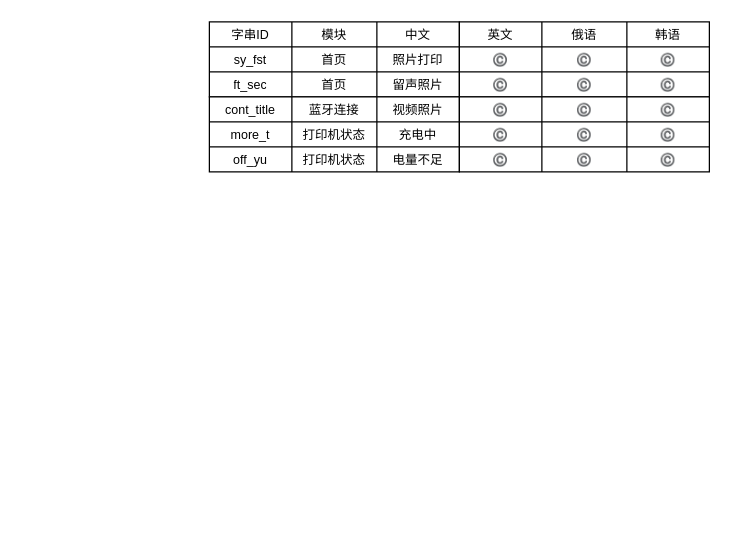
Above: Untitled Diagram.drawio in M3Darren/Draw.io (draw.io), before the change. Source tidied: cells renumbered, new cells numbered last; positions are measured from the earlier drawing's top-left corner, leaving out a move shared by most shapes. Both pictures are drawn from the tidied source at 125%, with x=0, y=0 at pixel (209, 21).
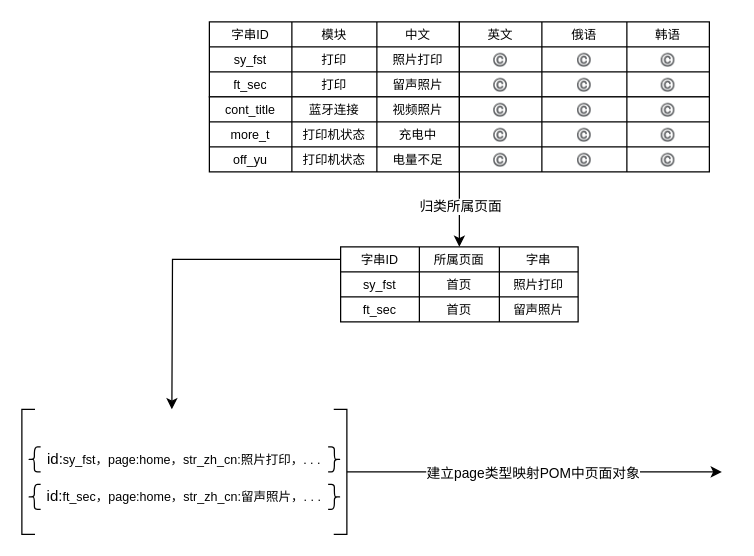
Above is the later version.

Unchanged cells that the change refers to:
```xml
<mxCell id="9" style="shape=tableRow;horizontal=0;startSize=0;swimlaneHead=0;swimlaneBody=0;strokeColor=inherit;top=0;left=0;bottom=0;right=0;fillColor=none;fontSize=16;" parent="4" vertex="1">
  <mxGeometry y="20" width="200" height="20" as="geometry" />
</mxCell>
<mxCell id="13" style="shape=tableRow;horizontal=0;startSize=0;swimlaneHead=0;swimlaneBody=0;strokeColor=inherit;top=0;left=0;bottom=0;right=0;fillColor=none;fontSize=16;" parent="4" vertex="1">
  <mxGeometry y="40" width="200" height="20" as="geometry" />
</mxCell>
<mxCell id="40" style="shape=tableRow;horizontal=0;startSize=0;swimlaneHead=0;swimlaneBody=0;strokeColor=inherit;top=0;left=0;bottom=0;right=0;fillColor=none;points=[[0,0.5],[1,0.5]];portConstraint=eastwest;fontSize=16;" parent="31" vertex="1">
  <mxGeometry y="40" width="200" height="20" as="geometry" />
</mxCell>
```

Diff of the diagram source:
```diff
@@
-    <mxCell id="11" value="首页" style="shape=partialRectangle;html=1;whiteSpace=wrap;strokeColor=inherit;overflow=hidden;fillColor=none;top=0;left=0;bottom=0;right=0;fontSize=10;" parent="9" vertex="1">
+    <mxCell id="11" value="打印" style="shape=partialRectangle;html=1;whiteSpace=wrap;strokeColor=inherit;overflow=hidden;fillColor=none;top=0;left=0;bottom=0;right=0;fontSize=10;" parent="9" vertex="1">
       <mxGeometry x="66" width="68" height="20" as="geometry" />
     </mxCell>
@@
-    <mxCell id="15" value="首页" style="shape=partialRectangle;html=1;whiteSpace=wrap;strokeColor=inherit;overflow=hidden;fillColor=none;top=0;left=0;bottom=0;right=0;fontSize=10;" parent="13" vertex="1">
+    <mxCell id="15" value="打印" style="shape=partialRectangle;html=1;whiteSpace=wrap;strokeColor=inherit;overflow=hidden;fillColor=none;top=0;left=0;bottom=0;right=0;fontSize=10;" parent="13" vertex="1">
       <mxGeometry x="66" width="68" height="20" as="geometry" />
     </mxCell>
@@
+    <mxCell id="57" style="shape=table;startSize=0;childLayout=tableLayout;fontSize=16;" parent="1" vertex="1">
+      <mxGeometry x="105" y="180" width="190" height="60" as="geometry" />
+    </mxCell>
+    <mxCell id="58" style="shape=tableRow;horizontal=0;startSize=0;swimlaneHead=0;swimlaneBody=0;strokeColor=inherit;top=0;left=0;bottom=0;right=0;fillColor=none;points=[[0,0.5],[1,0.5]];portConstraint=eastwest;fontSize=16;" parent="57" vertex="1">
+      <mxGeometry width="190" height="20" as="geometry" />
+    </mxCell>
+    <mxCell id="59" value="字串ID" style="shape=partialRectangle;html=1;whiteSpace=wrap;strokeColor=inherit;overflow=hidden;fillColor=none;top=0;left=0;bottom=0;right=0;fontSize=10;" parent="58" vertex="1">
+      <mxGeometry width="63" height="20" as="geometry" />
+    </mxCell>
+    <mxCell id="60" value="所属页面" style="shape=partialRectangle;html=1;whiteSpace=wrap;strokeColor=inherit;overflow=hidden;fillColor=none;top=0;left=0;bottom=0;right=0;fontSize=10;" parent="58" vertex="1">
+      <mxGeometry x="63" width="64" height="20" as="geometry" />
+    </mxCell>
+    <mxCell id="61" value="字串" style="shape=partialRectangle;html=1;whiteSpace=wrap;strokeColor=inherit;overflow=hidden;fillColor=none;top=0;left=0;bottom=0;right=0;fontSize=10;" parent="58" vertex="1">
+      <mxGeometry x="127" width="63" height="20" as="geometry" />
+    </mxCell>
+    <mxCell id="62" style="shape=tableRow;horizontal=0;startSize=0;swimlaneHead=0;swimlaneBody=0;strokeColor=inherit;top=0;left=0;bottom=0;right=0;fillColor=none;fontSize=16;" parent="57" vertex="1">
+      <mxGeometry y="20" width="190" height="20" as="geometry" />
+    </mxCell>
+    <mxCell id="63" value="&lt;span&gt;sy_fst&lt;/span&gt;" style="shape=partialRectangle;html=1;whiteSpace=wrap;strokeColor=inherit;overflow=hidden;fillColor=none;top=0;left=0;bottom=0;right=0;fontSize=10;" parent="62" vertex="1">
+      <mxGeometry width="63" height="20" as="geometry" />
+    </mxCell>
+    <mxCell id="64" value="首页" style="shape=partialRectangle;html=1;whiteSpace=wrap;strokeColor=inherit;overflow=hidden;fillColor=none;top=0;left=0;bottom=0;right=0;fontSize=10;" parent="62" vertex="1">
+      <mxGeometry x="63" width="64" height="20" as="geometry" />
+    </mxCell>
+    <mxCell id="65" value="照片打印" style="shape=partialRectangle;html=1;whiteSpace=wrap;strokeColor=inherit;overflow=hidden;fillColor=none;top=0;left=0;bottom=0;right=0;fontSize=10;" parent="62" vertex="1">
+      <mxGeometry x="127" width="63" height="20" as="geometry" />
+    </mxCell>
+    <mxCell id="66" style="shape=tableRow;horizontal=0;startSize=0;swimlaneHead=0;swimlaneBody=0;strokeColor=inherit;top=0;left=0;bottom=0;right=0;fillColor=none;fontSize=16;" parent="57" vertex="1">
+      <mxGeometry y="40" width="190" height="20" as="geometry" />
+    </mxCell>
+    <mxCell id="67" value="&lt;span&gt;ft_sec&lt;/span&gt;" style="shape=partialRectangle;html=1;whiteSpace=wrap;strokeColor=inherit;overflow=hidden;fillColor=none;top=0;left=0;bottom=0;right=0;fontSize=10;" parent="66" vertex="1">
+      <mxGeometry width="63" height="20" as="geometry" />
+    </mxCell>
+    <mxCell id="68" value="首页" style="shape=partialRectangle;html=1;whiteSpace=wrap;strokeColor=inherit;overflow=hidden;fillColor=none;top=0;left=0;bottom=0;right=0;fontSize=10;" parent="66" vertex="1">
+      <mxGeometry x="63" width="64" height="20" as="geometry" />
+    </mxCell>
+    <mxCell id="69" value="留声照片" style="shape=partialRectangle;html=1;whiteSpace=wrap;strokeColor=inherit;overflow=hidden;fillColor=none;top=0;left=0;bottom=0;right=0;fontSize=10;" parent="66" vertex="1">
+      <mxGeometry x="127" width="63" height="20" as="geometry" />
+    </mxCell>
+    <mxCell id="70" style="edgeStyle=orthogonalEdgeStyle;rounded=0;jettySize=auto;html=1;entryX=0.5;entryY=0;entryDx=0;entryDy=0;entryPerimeter=0;" parent="1" edge="1" source="40" target="58">
+      <mxGeometry relative="1" as="geometry">
+        <Array as="points">
+          <mxPoint x="200" y="130" />
+          <mxPoint x="200" y="130" />
+        </Array>
+      </mxGeometry>
+    </mxCell>
+    <mxCell id="71" value="归类所属页面" style="edgeLabel;html=1;align=center;verticalAlign=middle;" parent="70" vertex="1">
+      <mxGeometry x="0.48" relative="1" as="geometry">
+        <mxPoint y="-17" as="offset" />
+      </mxGeometry>
+    </mxCell>
+    <mxCell id="72" style="edgeStyle=orthogonalEdgeStyle;rounded=0;jettySize=auto;html=1;exitX=0;exitY=0.5;exitDx=0;exitDy=0;" parent="1" edge="1" source="58">
+      <mxGeometry relative="1" as="geometry">
+        <mxPoint x="-30" y="310" as="targetPoint" />
+      </mxGeometry>
+    </mxCell>
+    <mxCell id="73" style="edgeStyle=orthogonalEdgeStyle;rounded=0;jettySize=auto;html=1;" parent="1" edge="1" source="77">
+      <mxGeometry relative="1" as="geometry">
+        <mxPoint x="410" y="360" as="targetPoint" />
+      </mxGeometry>
+    </mxCell>
+    <mxCell id="74" value="建立page类型映射POM中页面对象" style="edgeLabel;html=1;align=center;verticalAlign=middle;" parent="73" vertex="1">
+      <mxGeometry x="-0.24" y="1" relative="1" as="geometry">
+        <mxPoint x="34" y="1" as="offset" />
+      </mxGeometry>
+    </mxCell>
+    <mxCell id="75" style="group;" parent="1" vertex="1">
+      <mxGeometry x="-150" y="310" width="260" height="100" as="geometry" />
+    </mxCell>
+    <mxCell id="76" style="shape=partialRectangle;whiteSpace=wrap;html=1;bottom=1;right=1;left=1;top=0;fillColor=none;routingCenterX=-0.5;rotation=90;" parent="75" vertex="1">
+      <mxGeometry x="-45" y="45" width="100" height="10" as="geometry" />
+    </mxCell>
+    <mxCell id="77" style="shape=partialRectangle;whiteSpace=wrap;html=1;bottom=1;right=1;left=1;top=0;fillColor=none;routingCenterX=-0.5;rotation=-90;" parent="75" vertex="1">
+      <mxGeometry x="205" y="45" width="100" height="10" as="geometry" />
+    </mxCell>
+    <mxCell id="78" style="group;" parent="75" vertex="1">
+      <mxGeometry x="5" y="30" width="250" height="20" as="geometry" />
+    </mxCell>
+    <mxCell id="79" style="shape=curlyBracket;whiteSpace=wrap;html=1;rounded=1;labelPosition=left;verticalLabelPosition=middle;align=right;verticalAlign=middle;" parent="78" vertex="1">
+      <mxGeometry width="10" height="20" as="geometry" />
+    </mxCell>
+    <mxCell id="80" style="shape=curlyBracket;whiteSpace=wrap;html=1;rounded=1;labelPosition=left;verticalLabelPosition=middle;align=right;verticalAlign=middle;rotation=-180;" parent="78" vertex="1">
+      <mxGeometry x="240" width="10" height="20" as="geometry" />
+    </mxCell>
+    <mxCell id="81" value="id:&lt;span style=&quot;font-size: 10px;&quot;&gt;sy_fst，page:home，str_zh_cn:照片打印，. . .&lt;/span&gt;" style="text;html=1;align=center;verticalAlign=middle;whiteSpace=wrap;rounded=0;" parent="78" vertex="1">
+      <mxGeometry x="10" width="230" height="20" as="geometry" />
+    </mxCell>
+    <mxCell id="82" style="group;" parent="75" vertex="1">
+      <mxGeometry x="5" y="60" width="250" height="20" as="geometry" />
+    </mxCell>
+    <mxCell id="83" style="shape=curlyBracket;whiteSpace=wrap;html=1;rounded=1;labelPosition=left;verticalLabelPosition=middle;align=right;verticalAlign=middle;" parent="82" vertex="1">
+      <mxGeometry width="10" height="20" as="geometry" />
+    </mxCell>
+    <mxCell id="84" style="shape=curlyBracket;whiteSpace=wrap;html=1;rounded=1;labelPosition=left;verticalLabelPosition=middle;align=right;verticalAlign=middle;rotation=-180;" parent="82" vertex="1">
+      <mxGeometry x="240" width="10" height="20" as="geometry" />
+    </mxCell>
+    <mxCell id="85" value="id:&lt;span style=&quot;font-size: 10px;&quot;&gt;ft_sec&lt;/span&gt;&lt;span style=&quot;font-size: 10px;&quot;&gt;，page:home，str_zh_cn:&lt;/span&gt;&lt;span style=&quot;font-size: 10px;&quot;&gt;留声照片&lt;/span&gt;&lt;span style=&quot;font-size: 10px;&quot;&gt;，. . .&lt;/span&gt;" style="text;html=1;align=center;verticalAlign=middle;whiteSpace=wrap;rounded=0;" parent="82" vertex="1">
+      <mxGeometry x="10" width="230" height="20" as="geometry" />
+    </mxCell>
```
